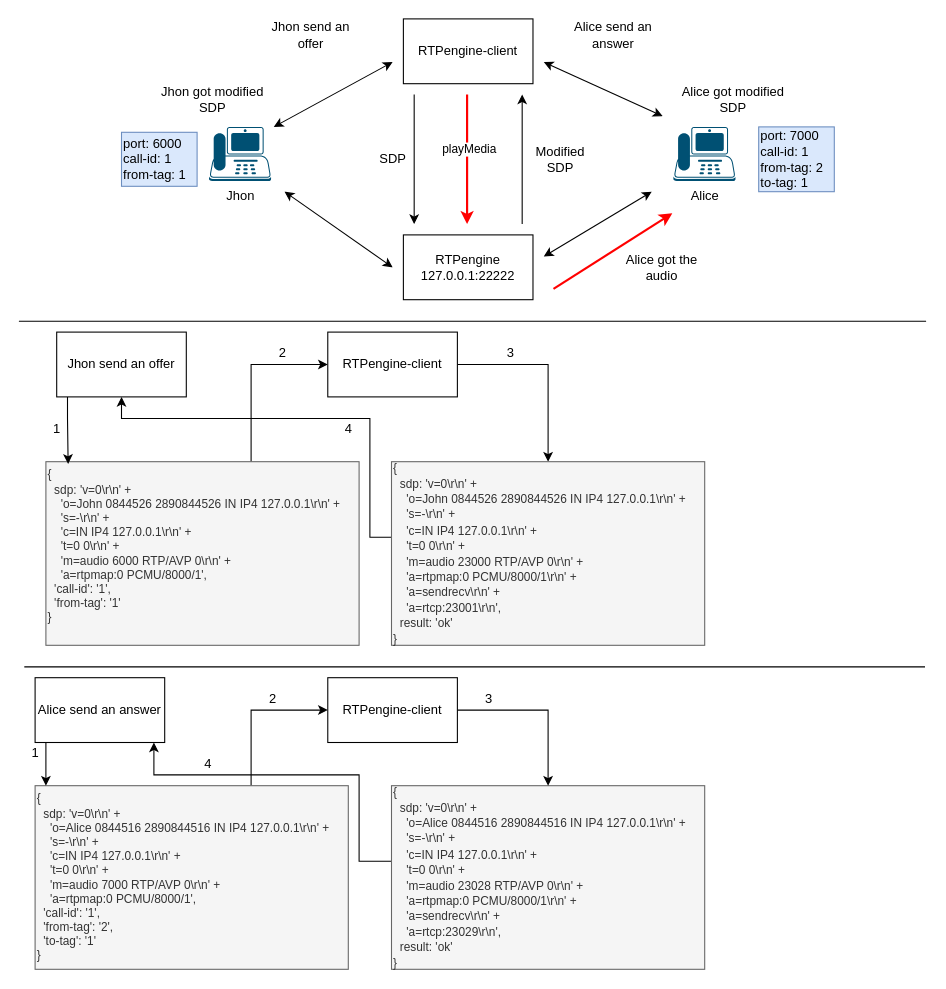
Before: page "Basic setup" (1 of 3) of setup.drawio in VidarHUN/test-rtpengine, a draw.io diagram. Source tidied: cells renumbered, new cells numbered last; positions are measured from the earlier drawing's top-left corner, leaving out a move shared by most shapes. Both pictures are drawn from the tidied source at 108%, with x=0, y=0 at pixel (18, 18).
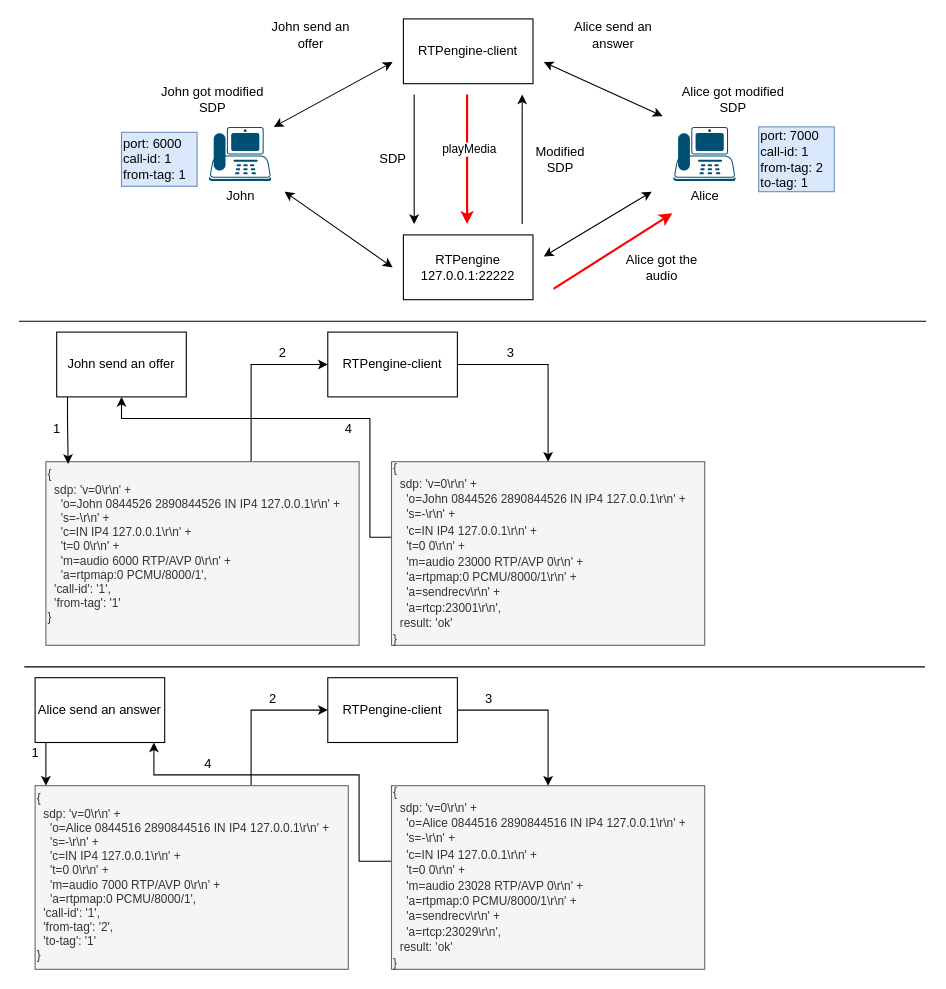
The same page after the edit.

What changed in the source:
```diff
@@
-    <mxCell id="4" value="Jhon" style="verticalLabelPosition=bottom;html=1;verticalAlign=top;align=center;shape=mxgraph.cisco19.ip_phone;fillColor=#005073;strokeColor=none;" parent="1" vertex="1">
+    <mxCell id="4" value="John" style="verticalLabelPosition=bottom;html=1;verticalAlign=top;align=center;shape=mxgraph.cisco19.ip_phone;fillColor=#005073;strokeColor=none;" parent="1" vertex="1">
       <mxGeometry x="176" y="100" width="57.5" height="50" as="geometry" />
     </mxCell>
@@
-    <mxCell id="19" value="Jhon send an offer" style="rounded=0;whiteSpace=wrap;html=1;align=center;" parent="1" vertex="1">
+    <mxCell id="19" value="John send an offer" style="rounded=0;whiteSpace=wrap;html=1;align=center;" parent="1" vertex="1">
       <mxGeometry x="35" y="290" width="120" height="60" as="geometry" />
     </mxCell>
@@
-    <mxCell id="29" value="Jhon send an&lt;br&gt;offer" style="text;html=1;align=center;verticalAlign=middle;" parent="1" vertex="1">
+    <mxCell id="29" value="John send an&lt;br&gt;offer" style="text;html=1;align=center;verticalAlign=middle;" parent="1" vertex="1">
       <mxGeometry x="225" width="90" height="30" as="geometry" />
     </mxCell>
@@
-    <mxCell id="42" value="Jhon got modified&lt;br&gt;SDP" style="text;html=1;align=center;verticalAlign=middle;" parent="1" vertex="1">
+    <mxCell id="42" value="John got modified&lt;br&gt;SDP" style="text;html=1;align=center;verticalAlign=middle;" parent="1" vertex="1">
       <mxGeometry x="123.5" y="60" width="110" height="30" as="geometry" />
     </mxCell>
```
